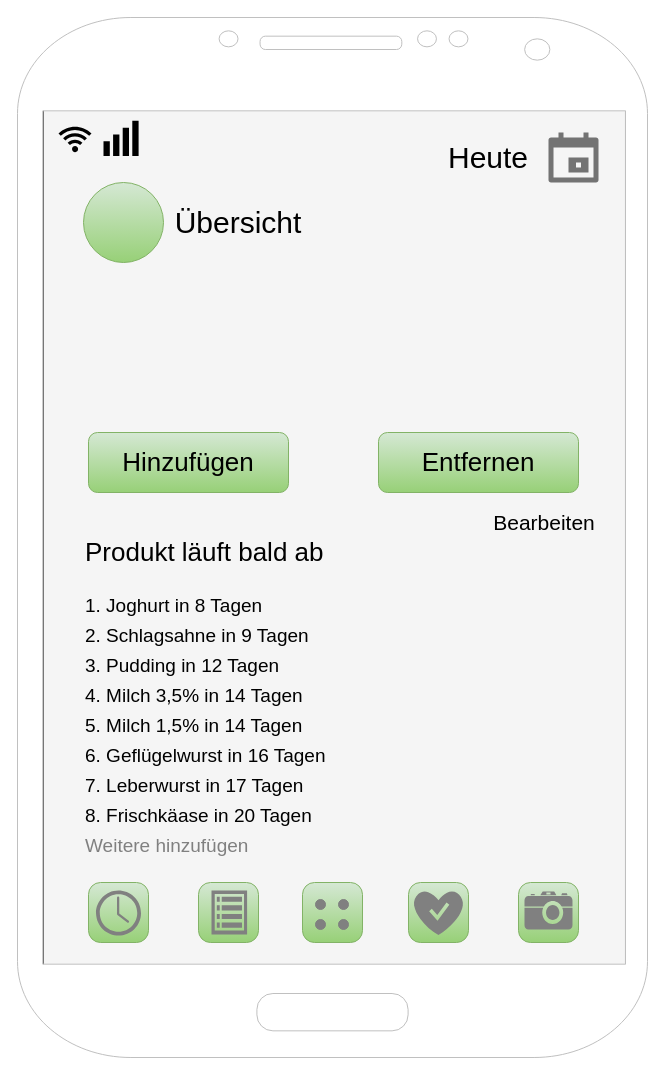
woodytb/AppDesignDVD keeps this draw.io diagram as page "Startbildschirm" (1 of 4) of Fridgy.drawio. Above is the earlier version. Source tidied: cells renumbered, new cells numbered last; positions are measured from the earlier drawing's top-left corner, leaving out a move shared by most shapes. Both pictures are drawn from the tidied source at 100%, with x=0, y=0 at pixel (17, 17).
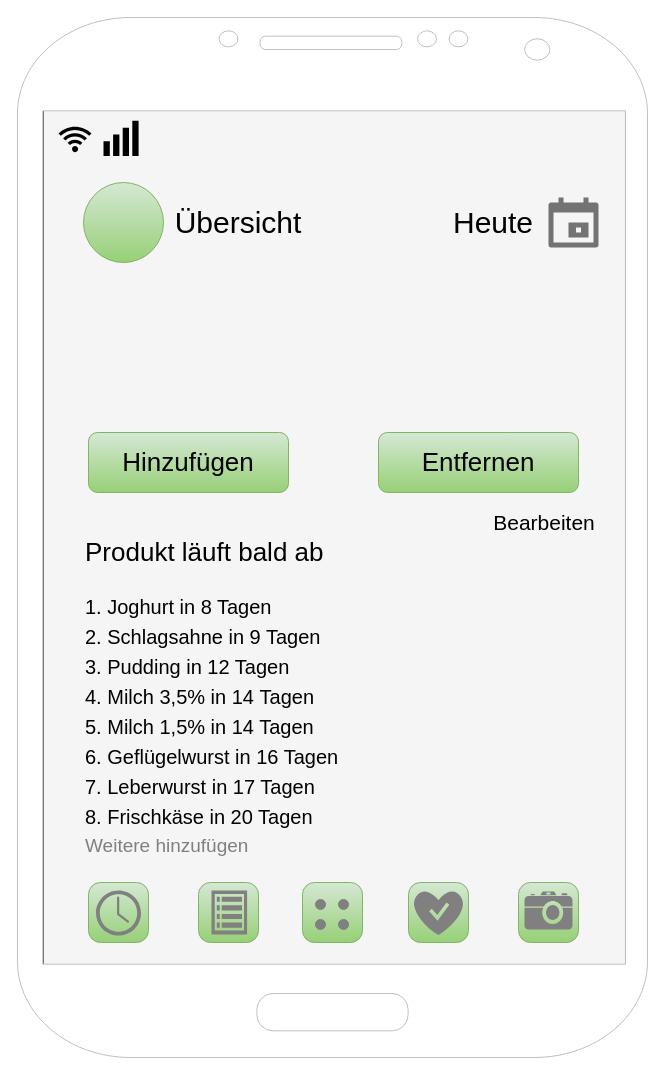
Above is the later version.

The edit, as a diff of the source:
```diff
@@
     <mxCell id="15" value="&lt;font style=&quot;font-size: 30px; color: rgb(0, 0, 0);&quot;&gt;Heute&lt;/font&gt;" style="text;html=1;align=center;verticalAlign=middle;whiteSpace=wrap;rounded=0;" parent="1" vertex="1">
-      <mxGeometry x="441" y="125" width="60" height="30" as="geometry" />
+      <mxGeometry x="446" y="190" width="60" height="30" as="geometry" />
     </mxCell>
     <mxCell id="16" style="html=1;dashed=0;verticalLabelPosition=bottom;verticalAlign=top;align=center;shape=mxgraph.gmdl.calendar;strokeColor=none;fillColor=#737373;shadow=0;sketch=0;" parent="1" vertex="1">
-      <mxGeometry x="531" y="115" width="50" height="50" as="geometry" />
+      <mxGeometry x="531" y="180" width="50" height="50" as="geometry" />
     </mxCell>
@@
-    <mxCell id="29" value="&lt;font style=&quot;color: rgb(0, 0, 0); font-size: 19px;&quot;&gt;1. Joghurt in 8 Tagen&lt;/font&gt;" style="text;html=1;align=left;verticalAlign=middle;whiteSpace=wrap;rounded=0;" parent="1" vertex="1">
+    <mxCell id="29" value="&lt;font style=&quot;color: rgb(0, 0, 0); font-size: 20px;&quot;&gt;1. Joghurt in 8 Tagen&lt;/font&gt;" style="text;html=1;align=left;verticalAlign=middle;whiteSpace=wrap;rounded=0;" parent="1" vertex="1">
       <mxGeometry x="66" y="574" width="426" height="30" as="geometry" />
     </mxCell>
-    <mxCell id="30" value="&lt;font style=&quot;color: rgb(0, 0, 0); font-size: 19px;&quot;&gt;2. Schlagsahne in 9 Tagen&lt;/font&gt;" style="text;html=1;align=left;verticalAlign=middle;whiteSpace=wrap;rounded=0;" parent="1" vertex="1">
+    <mxCell id="30" value="&lt;font style=&quot;color: rgb(0, 0, 0); font-size: 20px;&quot;&gt;2. Schlagsahne in 9 Tagen&lt;/font&gt;" style="text;html=1;align=left;verticalAlign=middle;whiteSpace=wrap;rounded=0;" parent="1" vertex="1">
       <mxGeometry x="66" y="604" width="426" height="30" as="geometry" />
     </mxCell>
-    <mxCell id="31" value="&lt;font style=&quot;color: rgb(0, 0, 0); font-size: 19px;&quot;&gt;3. Pudding in 12 Tagen&lt;/font&gt;" style="text;html=1;align=left;verticalAlign=middle;whiteSpace=wrap;rounded=0;" parent="1" vertex="1">
+    <mxCell id="31" value="&lt;font style=&quot;color: rgb(0, 0, 0); font-size: 20px;&quot;&gt;3. Pudding in 12 Tagen&lt;/font&gt;" style="text;html=1;align=left;verticalAlign=middle;whiteSpace=wrap;rounded=0;" parent="1" vertex="1">
       <mxGeometry x="66" y="634" width="426" height="30" as="geometry" />
     </mxCell>
-    <mxCell id="32" value="&lt;font style=&quot;color: rgb(0, 0, 0); font-size: 19px;&quot;&gt;4. Milch 3,5% in 14&amp;nbsp;&lt;/font&gt;&lt;span style=&quot;color: rgb(0, 0, 0); font-size: 19px; background-color: transparent;&quot;&gt;Tagen&lt;/span&gt;" style="text;html=1;align=left;verticalAlign=middle;whiteSpace=wrap;rounded=0;" parent="1" vertex="1">
+    <mxCell id="32" value="&lt;font style=&quot;font-size: 20px;&quot;&gt;&lt;font style=&quot;color: rgb(0, 0, 0);&quot;&gt;4. Milch 3,5% in 14&amp;nbsp;&lt;/font&gt;&lt;span style=&quot;color: rgb(0, 0, 0); background-color: transparent;&quot;&gt;Tagen&lt;/span&gt;&lt;/font&gt;" style="text;html=1;align=left;verticalAlign=middle;whiteSpace=wrap;rounded=0;" parent="1" vertex="1">
       <mxGeometry x="66" y="664" width="426" height="30" as="geometry" />
     </mxCell>
-    <mxCell id="33" value="&lt;font style=&quot;color: rgb(0, 0, 0); font-size: 19px;&quot;&gt;5. Milch 1,5% in 14 Tagen&lt;/font&gt;" style="text;html=1;align=left;verticalAlign=middle;whiteSpace=wrap;rounded=0;" parent="1" vertex="1">
+    <mxCell id="33" value="&lt;font style=&quot;color: rgb(0, 0, 0); font-size: 20px;&quot;&gt;5. Milch 1,5% in 14 Tagen&lt;/font&gt;" style="text;html=1;align=left;verticalAlign=middle;whiteSpace=wrap;rounded=0;" parent="1" vertex="1">
       <mxGeometry x="66" y="694" width="426" height="30" as="geometry" />
     </mxCell>
-    <mxCell id="34" value="&lt;font style=&quot;color: rgb(0, 0, 0); font-size: 19px;&quot;&gt;6. Geflügelwurst in 16 Tagen&lt;/font&gt;" style="text;html=1;align=left;verticalAlign=middle;whiteSpace=wrap;rounded=0;" parent="1" vertex="1">
+    <mxCell id="34" value="&lt;font style=&quot;color: rgb(0, 0, 0); font-size: 20px;&quot;&gt;6. Geflügelwurst in 16 Tagen&lt;/font&gt;" style="text;html=1;align=left;verticalAlign=middle;whiteSpace=wrap;rounded=0;" parent="1" vertex="1">
       <mxGeometry x="66" y="724" width="426" height="30" as="geometry" />
     </mxCell>
-    <mxCell id="35" value="&lt;font style=&quot;color: rgb(0, 0, 0); font-size: 19px;&quot;&gt;7. Leberwurst in 17 Tagen&lt;/font&gt;" style="text;html=1;align=left;verticalAlign=middle;whiteSpace=wrap;rounded=0;" parent="1" vertex="1">
+    <mxCell id="35" value="&lt;font style=&quot;color: rgb(0, 0, 0); font-size: 20px;&quot;&gt;7. Leberwurst in 17 Tagen&lt;/font&gt;" style="text;html=1;align=left;verticalAlign=middle;whiteSpace=wrap;rounded=0;" parent="1" vertex="1">
       <mxGeometry x="66" y="754" width="426" height="30" as="geometry" />
     </mxCell>
-    <mxCell id="36" value="&lt;font style=&quot;color: rgb(0, 0, 0); font-size: 19px;&quot;&gt;8. Frischkäase in 20 Tagen&lt;/font&gt;" style="text;html=1;align=left;verticalAlign=middle;whiteSpace=wrap;rounded=0;" parent="1" vertex="1">
+    <mxCell id="36" value="&lt;font style=&quot;color: rgb(0, 0, 0); font-size: 20px;&quot;&gt;8. Frischkäse in 20 Tagen&lt;/font&gt;" style="text;html=1;align=left;verticalAlign=middle;whiteSpace=wrap;rounded=0;" parent="1" vertex="1">
       <mxGeometry x="66" y="784" width="426" height="30" as="geometry" />
     </mxCell>
```
